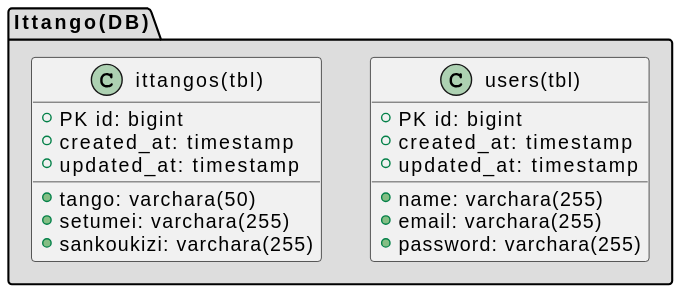
Above: docs/tangosysmodel.svg in comtaken/Ittangoapp (PlantUML), before the change. The source it was exported from:
```plantuml
@startuml
package "Ittango(DB)" #DDDDDD {

class users(tbl){
  + PK id: bigint
  + name: varchara(255)
  + email: varchara(255)
  + password: varchara(255)
  + created_at: timestamp
  + updated_at: timestamp
}

class ittangos(tbl){
  + PK id: bigint
  + tango: varchara(50)
  + setumei: varchara(255)
  + sankoukizi: varchara(255)
  + created_at: timestamp
  + updated_at: timestamp
}




}
@enduml
```
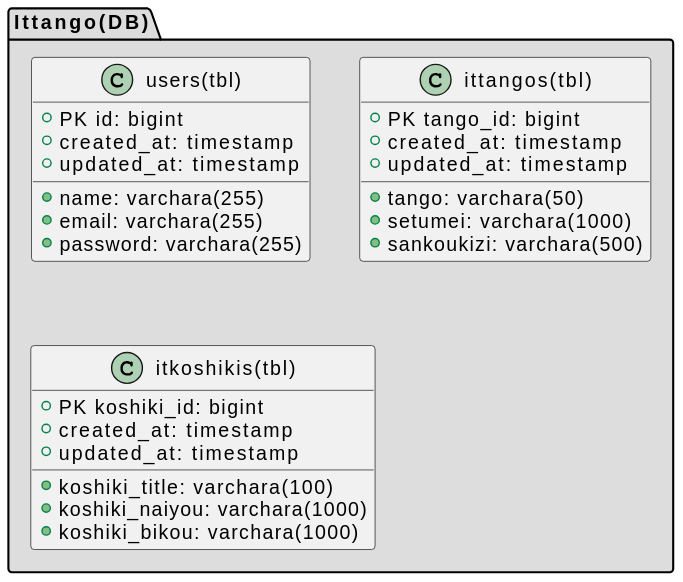
Later version of the same file.

What changed in the source:
```diff
@@ -1,26 +1,32 @@
 @startuml
 package "Ittango(DB)" #DDDDDD {
 
-class users(tbl){
-  + PK id: bigint
-  + name: varchara(255)
-  + email: varchara(255)
-  + password: varchara(255)
-  + created_at: timestamp
-  + updated_at: timestamp
-}
+    class users(tbl){
+    + PK id: bigint
+    + name: varchara(255)
+    + email: varchara(255)
+    + password: varchara(255)
+    + created_at: timestamp
+    + updated_at: timestamp
+    }
 
-class ittangos(tbl){
-  + PK id: bigint
-  + tango: varchara(50)
-  + setumei: varchara(255)
-  + sankoukizi: varchara(255)
-  + created_at: timestamp
-  + updated_at: timestamp
-}
+    class ittangos(tbl){
+    + PK tango_id: bigint
+    + tango: varchara(50)
+    + setumei: varchara(1000)
+    + sankoukizi: varchara(500)
+    + created_at: timestamp
+    + updated_at: timestamp
+    }
 
-
-
+    class itkoshikis(tbl){
+    + PK koshiki_id: bigint
+    + koshiki_title: varchara(100)
+    + koshiki_naiyou: varchara(1000)
+    + koshiki_bikou: varchara(1000)
+    + created_at: timestamp
+    + updated_at: timestamp
+    }
 
 }
 @enduml
```
